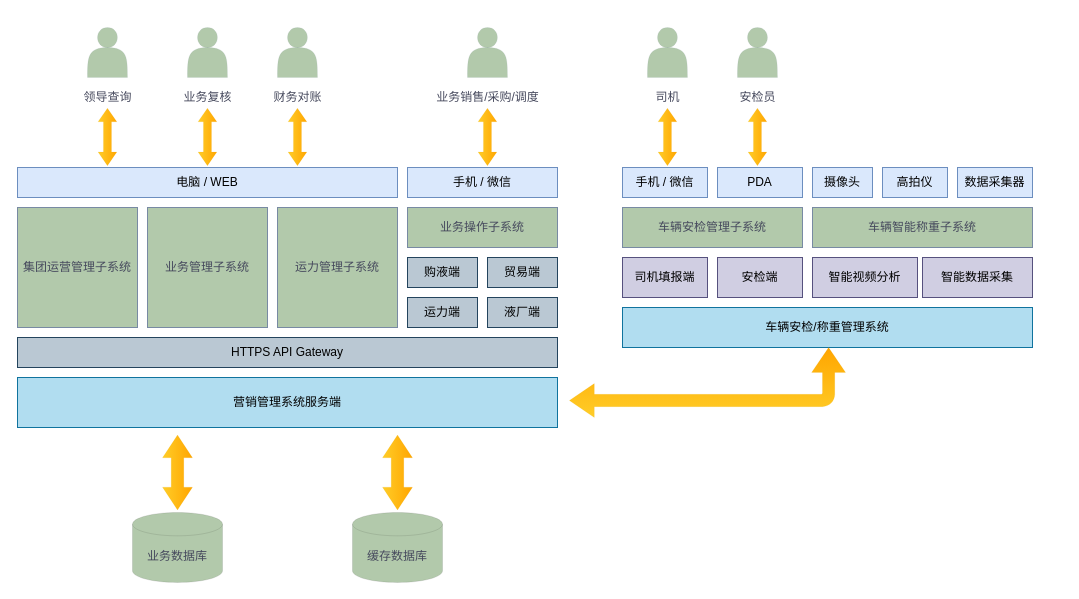
Before: Untitled Diagram.drawio in daijingjing/daijingjing.github.io, a draw.io diagram. Source tidied: cells renumbered, new cells numbered last; positions are measured from the earlier drawing's top-left corner, leaving out a move shared by most shapes. Both pictures are drawn from the tidied source at 100%, with x=0, y=0 at pixel (17, 17). Pictures stored in the file or linked from it are replaced by grey dashed boxes.
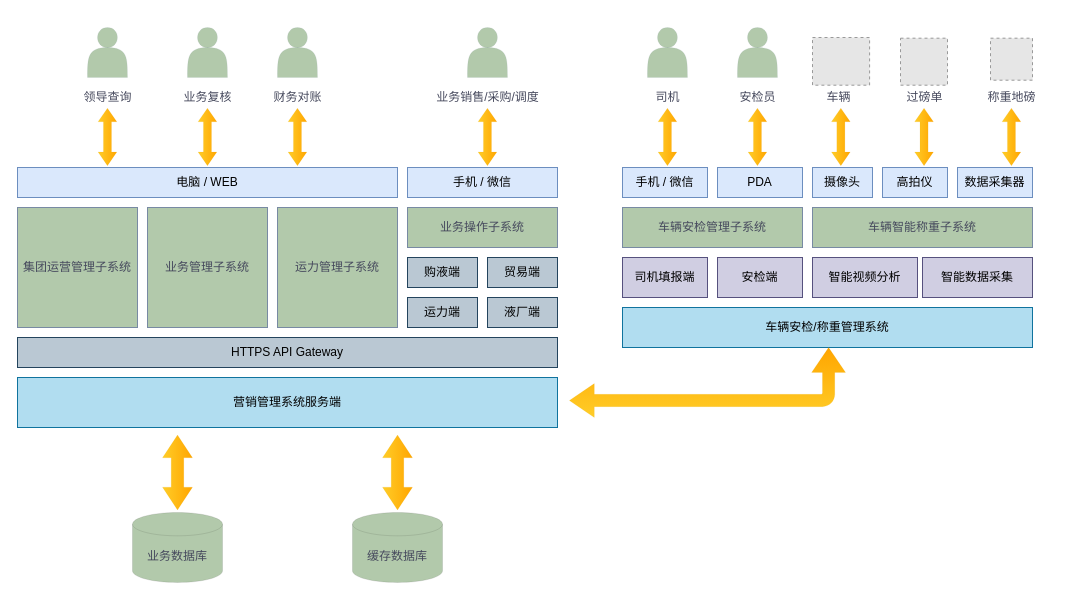
The same diagram, later.

What changed in the source:
```diff
@@
-    <mxCell id="43" style="group;" parent="1" vertex="1">
-      <mxGeometry x="690" width="100" height="100" as="geometry" />
-    </mxCell>
-    <mxCell id="44" style="shape=actor;whiteSpace=wrap;html=1;rounded=0;sketch=0;fontColor=#46495D;strokeColor=#788AA3;strokeWidth=0;fillColor=#B2C9AB;" parent="43" vertex="1">
-      <mxGeometry x="30" y="10" width="40" height="50" as="geometry" />
-    </mxCell>
-    <mxCell id="45" value="安检员" style="text;strokeColor=none;fillColor=none;html=1;fontSize=12;fontStyle=0;verticalAlign=middle;align=center;rounded=0;sketch=0;fontColor=#46495D;" parent="43" vertex="1">
-      <mxGeometry y="60" width="100" height="40" as="geometry" />
-    </mxCell>
@@
+    <mxCell id="55" style="fillColor=#E6E6E6;strokeColor=#999999;dashed=1;verticalLabelPosition=bottom;labelBackgroundColor=#ffffff;verticalAlign=top;" parent="1" vertex="1">
+      <mxGeometry x="973" y="20.7" width="42" height="42" as="geometry" />
+    </mxCell>
+    <mxCell id="56" style="fillColor=#E6E6E6;strokeColor=#999999;dashed=1;verticalLabelPosition=bottom;labelBackgroundColor=#ffffff;verticalAlign=top;" parent="1" vertex="1">
+      <mxGeometry x="795" y="20" width="57.1" height="47.7" as="geometry" />
+    </mxCell>
+    <mxCell id="44" style="shape=actor;whiteSpace=wrap;html=1;rounded=0;sketch=0;fontColor=#46495D;strokeColor=#788AA3;strokeWidth=0;fillColor=#B2C9AB;" parent="1" vertex="1">
+      <mxGeometry x="720" y="10" width="40" height="50" as="geometry" />
+    </mxCell>
+    <mxCell id="45" value="安检员" style="text;strokeColor=none;fillColor=none;html=1;fontSize=12;fontStyle=0;verticalAlign=middle;align=center;rounded=0;sketch=0;fontColor=#46495D;" parent="1" vertex="1">
+      <mxGeometry x="690" y="60" width="100" height="40" as="geometry" />
+    </mxCell>
+    <mxCell id="57" style="fillColor=#E6E6E6;strokeColor=#999999;dashed=1;verticalLabelPosition=bottom;labelBackgroundColor=#ffffff;verticalAlign=top;" parent="1" vertex="1">
+      <mxGeometry x="883" y="20.7" width="47" height="47" as="geometry" />
+    </mxCell>
+    <mxCell id="58" value="车辆" style="text;strokeColor=none;fillColor=none;html=1;fontSize=12;fontStyle=0;verticalAlign=middle;align=center;rounded=0;sketch=0;fontColor=#46495D;" parent="1" vertex="1">
+      <mxGeometry x="771" y="60" width="100" height="40" as="geometry" />
+    </mxCell>
+    <mxCell id="59" value="过磅单" style="text;strokeColor=none;fillColor=none;html=1;fontSize=12;fontStyle=0;verticalAlign=middle;align=center;rounded=0;sketch=0;fontColor=#46495D;" parent="1" vertex="1">
+      <mxGeometry x="856.5" y="60" width="100" height="40" as="geometry" />
+    </mxCell>
+    <mxCell id="60" value="称重地磅" style="text;strokeColor=none;fillColor=none;html=1;fontSize=12;fontStyle=0;verticalAlign=middle;align=center;rounded=0;sketch=0;fontColor=#46495D;" parent="1" vertex="1">
+      <mxGeometry x="944" y="60" width="100" height="40" as="geometry" />
+    </mxCell>
+    <mxCell id="61" style="html=1;shadow=0;dashed=0;align=center;verticalAlign=middle;shape=mxgraph.arrows2.twoWayArrow;dy=0.57;dx=13.67;rounded=0;sketch=0;strokeColor=#d79b00;strokeWidth=0;fillColor=#ffcd28;rotation=-90;gradientColor=#ffa500;" parent="1" vertex="1">
+      <mxGeometry x="877.8" y="110" width="57.5" height="18.8" as="geometry" />
+    </mxCell>
+    <mxCell id="62" style="html=1;shadow=0;dashed=0;align=center;verticalAlign=middle;shape=mxgraph.arrows2.twoWayArrow;dy=0.57;dx=13.67;rounded=0;sketch=0;strokeColor=#d79b00;strokeWidth=0;fillColor=#ffcd28;rotation=-90;gradientColor=#ffa500;" parent="1" vertex="1">
+      <mxGeometry x="794.6" y="110" width="57.5" height="18.8" as="geometry" />
+    </mxCell>
+    <mxCell id="63" style="html=1;shadow=0;dashed=0;align=center;verticalAlign=middle;shape=mxgraph.arrows2.twoWayArrow;dy=0.57;dx=13.67;rounded=0;sketch=0;strokeColor=#d79b00;strokeWidth=0;fillColor=#ffcd28;rotation=-90;gradientColor=#ffa500;" parent="1" vertex="1">
+      <mxGeometry x="965.2" y="110" width="57.5" height="18.8" as="geometry" />
+    </mxCell>
```
